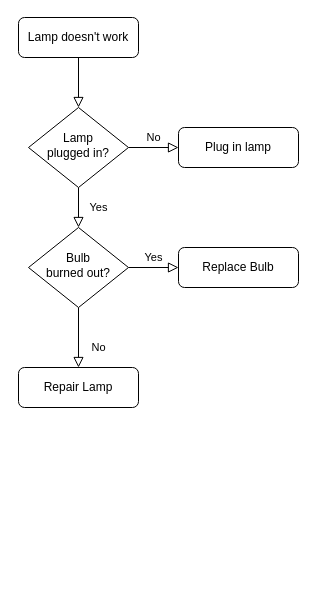
The draw.io diagram Untitled Diagram.drawio in SumiChalil/CodingExcercise, before the edit. Source tidied: cells renumbered, new cells numbered last; positions are measured from the earlier drawing's top-left corner, leaving out a move shared by most shapes. Both pictures are drawn from the tidied source at 100%, with x=0, y=0 at pixel (18, 17).
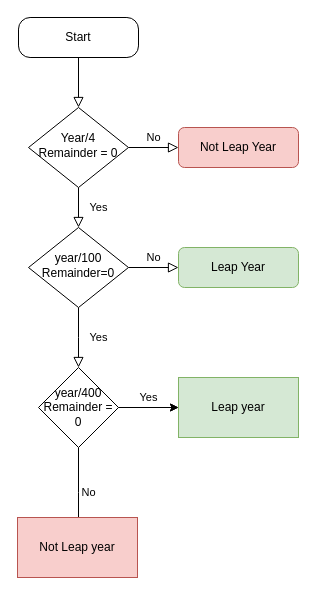
The same diagram, later.

The edit, as a diff of the source:
```diff
@@
 <mxGraphModel>
   <root>
     <mxCell id="0" />
     <mxCell id="1" parent="0" />
     <mxCell id="2" style="rounded=0;html=1;jettySize=auto;fontSize=11;endArrow=block;endFill=0;endSize=8;strokeWidth=1;shadow=0;labelBackgroundColor=none;edgeStyle=orthogonalEdgeStyle;" parent="1" edge="1" source="3" target="6">
       <mxGeometry relative="1" as="geometry" />
     </mxCell>
-    <mxCell id="3" value="Lamp doesn't work" style="rounded=1;whiteSpace=wrap;html=1;fontSize=12;glass=0;strokeWidth=1;shadow=0;" parent="1" vertex="1">
+    <mxCell id="3" value="Start" style="rounded=1;whiteSpace=wrap;html=1;fontSize=12;glass=0;strokeWidth=1;shadow=0;arcSize=29;" parent="1" vertex="1">
       <mxGeometry width="120" height="40" as="geometry" />
     </mxCell>
     <mxCell id="4" value="Yes" style="rounded=0;html=1;jettySize=auto;fontSize=11;endArrow=block;endFill=0;endSize=8;strokeWidth=1;shadow=0;labelBackgroundColor=none;edgeStyle=orthogonalEdgeStyle;" parent="1" edge="1" source="6" target="10">
       <mxGeometry y="20" relative="1" as="geometry" />
     </mxCell>
     <mxCell id="5" value="No" style="edgeStyle=orthogonalEdgeStyle;rounded=0;html=1;jettySize=auto;fontSize=11;endArrow=block;endFill=0;endSize=8;strokeWidth=1;shadow=0;labelBackgroundColor=none;" parent="1" edge="1" source="6" target="7">
       <mxGeometry y="10" relative="1" as="geometry" />
     </mxCell>
-    <mxCell id="6" value="Lamp&lt;br&gt;plugged in?" style="rhombus;whiteSpace=wrap;html=1;shadow=0;fontFamily=Helvetica;fontSize=12;align=center;strokeWidth=1;spacing=6;spacingTop=-4;" parent="1" vertex="1">
+    <mxCell id="6" value="Year/4&lt;br&gt;Remainder = 0" style="rhombus;whiteSpace=wrap;html=1;shadow=0;fontFamily=Helvetica;fontSize=12;align=center;strokeWidth=1;spacing=6;spacingTop=-4;" parent="1" vertex="1">
       <mxGeometry x="10" y="90" width="100" height="80" as="geometry" />
     </mxCell>
-    <mxCell id="7" value="Plug in lamp" style="rounded=1;whiteSpace=wrap;html=1;fontSize=12;glass=0;strokeWidth=1;shadow=0;" parent="1" vertex="1">
+    <mxCell id="7" value="Not Leap Year" style="rounded=1;whiteSpace=wrap;html=1;fontSize=12;glass=0;strokeWidth=1;shadow=0;fillColor=#f8cecc;strokeColor=#b85450;" parent="1" vertex="1">
       <mxGeometry x="160" y="110" width="120" height="40" as="geometry" />
     </mxCell>
-    <mxCell id="8" value="No" style="rounded=0;html=1;jettySize=auto;fontSize=11;endArrow=block;endFill=0;endSize=8;strokeWidth=1;shadow=0;labelBackgroundColor=none;edgeStyle=orthogonalEdgeStyle;" parent="1" edge="1" source="10" target="11">
-      <mxGeometry x="0.33" y="20" relative="1" as="geometry" />
+    <mxCell id="8" value="Yes" style="rounded=0;html=1;jettySize=auto;fontSize=11;endArrow=block;endFill=0;endSize=8;strokeWidth=1;shadow=0;labelBackgroundColor=none;edgeStyle=orthogonalEdgeStyle;" parent="1" edge="1" source="10">
+      <mxGeometry x="0.01" y="20" relative="1" as="geometry">
+        <mxPoint x="60" y="350" as="targetPoint" />
+        <mxPoint y="-1" as="offset" />
+      </mxGeometry>
     </mxCell>
-    <mxCell id="9" value="Yes" style="edgeStyle=orthogonalEdgeStyle;rounded=0;html=1;jettySize=auto;fontSize=11;endArrow=block;endFill=0;endSize=8;strokeWidth=1;shadow=0;labelBackgroundColor=none;" parent="1" edge="1" source="10" target="12">
+    <mxCell id="9" value="No" style="edgeStyle=orthogonalEdgeStyle;rounded=0;html=1;jettySize=auto;fontSize=11;endArrow=block;endFill=0;endSize=8;strokeWidth=1;shadow=0;labelBackgroundColor=none;" parent="1" edge="1" source="10" target="12">
       <mxGeometry y="10" relative="1" as="geometry" />
     </mxCell>
-    <mxCell id="10" value="Bulb&lt;br&gt;burned out?" style="rhombus;whiteSpace=wrap;html=1;shadow=0;fontFamily=Helvetica;fontSize=12;align=center;strokeWidth=1;spacing=6;spacingTop=-4;" parent="1" vertex="1">
+    <mxCell id="10" value="year/100&lt;br&gt;Remainder=0" style="rhombus;whiteSpace=wrap;html=1;shadow=0;fontFamily=Helvetica;fontSize=12;align=center;strokeWidth=1;spacing=6;spacingTop=-4;" parent="1" vertex="1">
       <mxGeometry x="10" y="210" width="100" height="80" as="geometry" />
     </mxCell>
-    <mxCell id="11" value="Repair Lamp" style="rounded=1;whiteSpace=wrap;html=1;fontSize=12;glass=0;strokeWidth=1;shadow=0;" parent="1" vertex="1">
-      <mxGeometry y="350" width="120" height="40" as="geometry" />
-    </mxCell>
-    <mxCell id="12" value="Replace Bulb" style="rounded=1;whiteSpace=wrap;html=1;fontSize=12;glass=0;strokeWidth=1;shadow=0;" parent="1" vertex="1">
+    <mxCell id="12" value="Leap Year" style="rounded=1;whiteSpace=wrap;html=1;fontSize=12;glass=0;strokeWidth=1;shadow=0;fillColor=#d5e8d4;strokeColor=#82b366;" parent="1" vertex="1">
       <mxGeometry x="160" y="230" width="120" height="40" as="geometry" />
     </mxCell>
+    <mxCell id="13" value="No" style="edgeStyle=orthogonalEdgeStyle;rounded=0;jettySize=auto;html=1;" parent="1" edge="1" source="16">
+      <mxGeometry x="0.01" y="10" relative="1" as="geometry">
+        <mxPoint x="60" y="520" as="targetPoint" />
+        <mxPoint y="-1" as="offset" />
+      </mxGeometry>
+    </mxCell>
+    <mxCell id="14" style="edgeStyle=orthogonalEdgeStyle;rounded=0;jettySize=auto;html=1;" parent="1" edge="1" source="16" target="18">
+      <mxGeometry relative="1" as="geometry" />
+    </mxCell>
+    <mxCell id="15" value="Yes" style="edgeStyle=orthogonalEdgeStyle;rounded=0;jettySize=auto;html=1;" parent="1" edge="1" source="16" target="18">
+      <mxGeometry y="10" relative="1" as="geometry" />
+    </mxCell>
+    <mxCell id="16" value="year/400&lt;br&gt;Remainder = 0" style="rhombus;whiteSpace=wrap;html=1;" parent="1" vertex="1">
+      <mxGeometry x="20" y="350" width="80" height="80" as="geometry" />
+    </mxCell>
+    <mxCell id="17" value="Not Leap year" style="rounded=0;whiteSpace=wrap;html=1;fillColor=#f8cecc;strokeColor=#b85450;" parent="1" vertex="1">
+      <mxGeometry x="-1" y="500" width="120" height="60" as="geometry" />
+    </mxCell>
+    <mxCell id="18" value="Leap year" style="whiteSpace=wrap;html=1;fillColor=#d5e8d4;strokeColor=#82b366;" parent="1" vertex="1">
+      <mxGeometry x="160" y="360" width="120" height="60" as="geometry" />
+    </mxCell>
   </root>
 </mxGraphModel>
```
